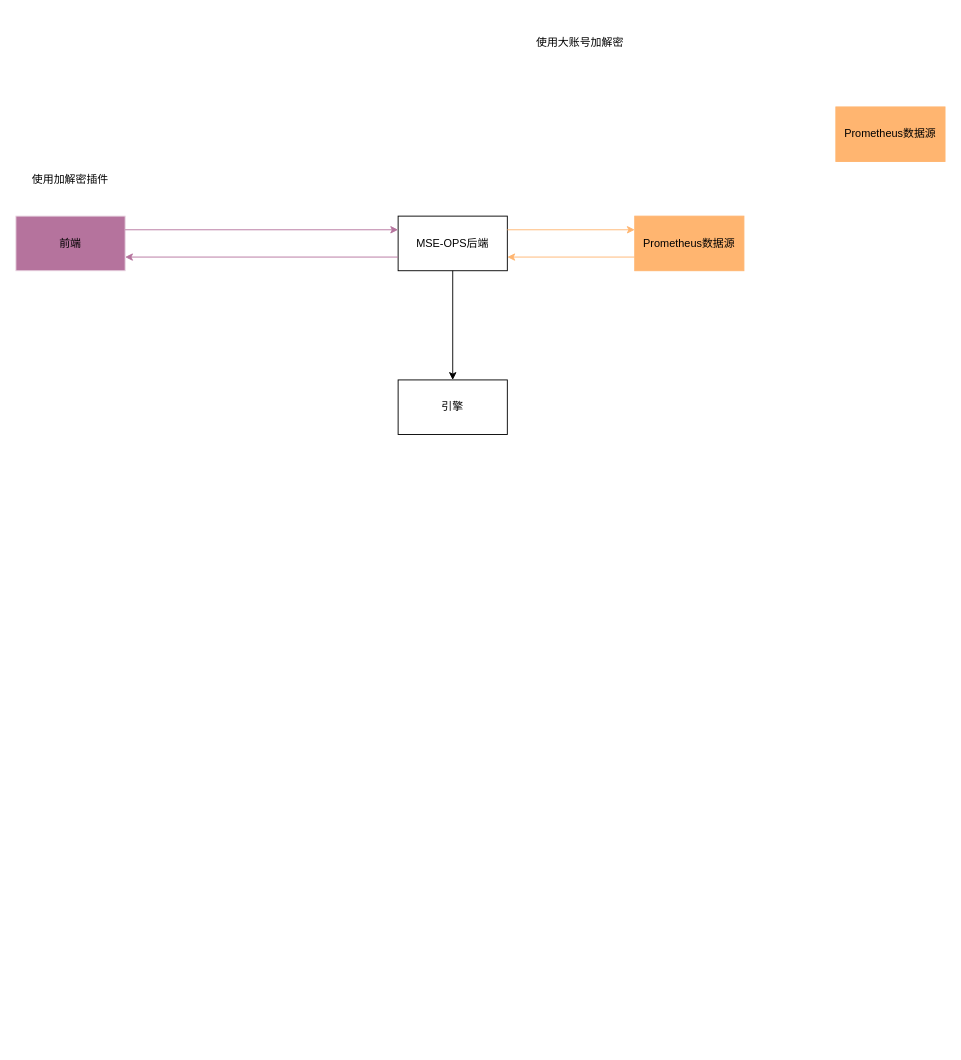
Earlier version of the draw.io diagram newToolTest/Untitled Diagram.drawio (realJackSun/OpenNAT). Source tidied: cells renumbered, new cells numbered last; positions are measured from the earlier drawing's top-left corner, leaving out a move shared by most shapes. Both pictures are drawn from the tidied source at 91%, with x=0, y=0 at pixel (15, 15).
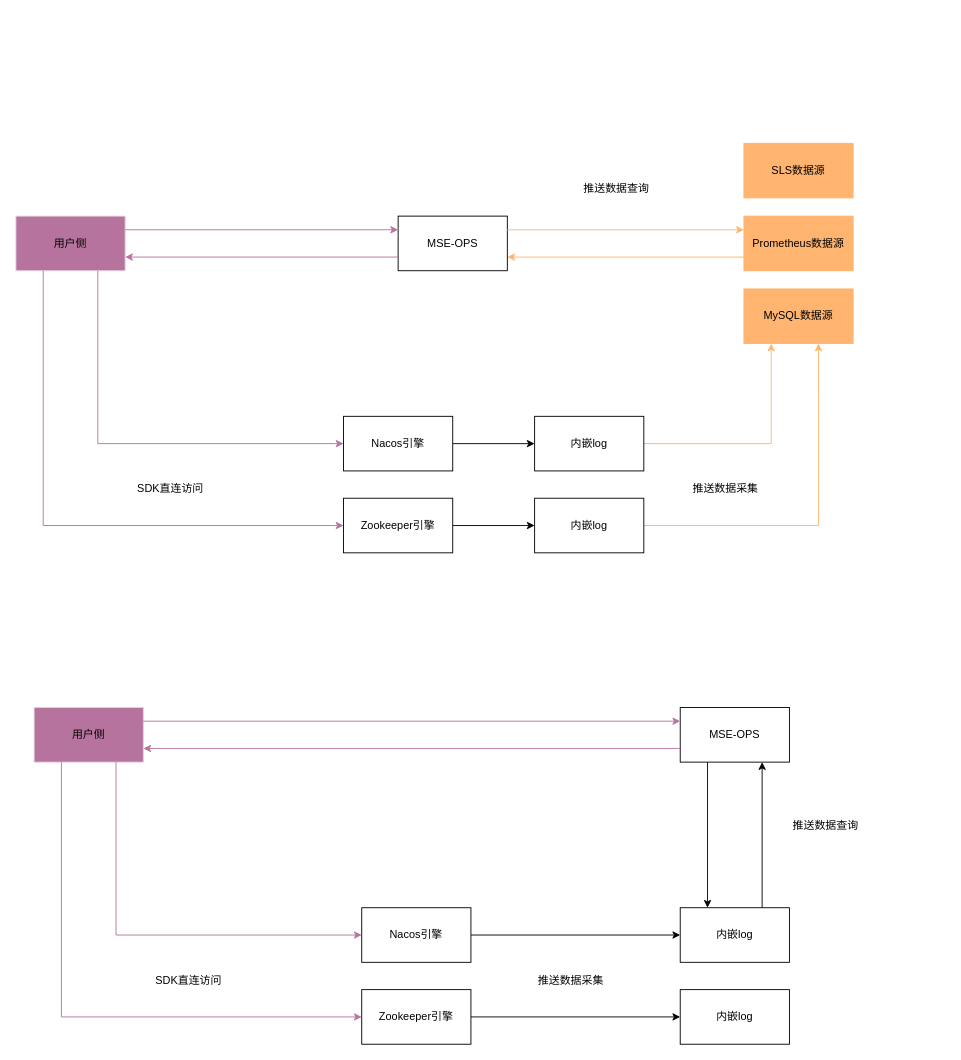
The same page after the edit.

Change to the diagram source:
```diff
@@
-    <mxCell id="2" value="前端" style="rounded=0;whiteSpace=wrap;html=1;fillColor=#B5739D;strokeColor=#E6D0DE;" parent="1" vertex="1">
+    <mxCell id="2" value="用户侧" style="rounded=0;whiteSpace=wrap;html=1;fillColor=#B5739D;strokeColor=#E6D0DE;" parent="1" vertex="1">
       <mxGeometry y="220" width="120" height="60" as="geometry" />
     </mxCell>
-    <mxCell id="3" value="MSE-OPS后端" style="rounded=0;whiteSpace=wrap;html=1;" parent="1" vertex="1">
+    <mxCell id="3" value="MSE-OPS" style="rounded=0;whiteSpace=wrap;html=1;" parent="1" vertex="1">
       <mxGeometry x="420" y="220" width="120" height="60" as="geometry" />
     </mxCell>
     <mxCell id="4" value="Prometheus数据源" style="rounded=0;whiteSpace=wrap;html=1;strokeColor=#FFB570;fillColor=#FFB570;" parent="1" vertex="1">
-      <mxGeometry x="680" y="220" width="120" height="60" as="geometry" />
+      <mxGeometry x="800" y="220" width="120" height="60" as="geometry" />
     </mxCell>
+    <mxCell id="14" style="edgeStyle=orthogonalEdgeStyle;rounded=0;jettySize=auto;html=1;exitX=1;exitY=0.5;exitDx=0;exitDy=0;entryX=0;entryY=0.5;entryDx=0;entryDy=0;" parent="1" edge="1" source="5" target="23">
+      <mxGeometry relative="1" as="geometry" />
+    </mxCell>
-    <mxCell id="5" value="引擎" style="rounded=0;whiteSpace=wrap;html=1;" parent="1" vertex="1">
-      <mxGeometry x="420" y="400" width="120" height="60" as="geometry" />
+    <mxCell id="5" value="Nacos引擎" style="rounded=0;whiteSpace=wrap;html=1;" parent="1" vertex="1">
+      <mxGeometry x="360" y="440" width="120" height="60" as="geometry" />
     </mxCell>
-    <mxCell id="6" style="endArrow=classic;html=1;rounded=0;exitX=0.5;exitY=1;exitDx=0;exitDy=0;entryX=0.5;entryY=0;entryDx=0;entryDy=0;" parent="1" edge="1" source="3" target="5">
-      <mxGeometry relative="1" as="geometry" />
-    </mxCell>
@@
-    <mxCell id="9" value="使用大账号加解密" style="rounded=0;whiteSpace=wrap;html=1;strokeColor=none;" parent="1" vertex="1">
-      <mxGeometry x="560" width="120" height="60" as="geometry" />
-    </mxCell>
-    <mxCell id="10" value="使用加解密插件" style="rounded=0;whiteSpace=wrap;html=1;strokeColor=none;" parent="1" vertex="1">
-      <mxGeometry y="150" width="120" height="60" as="geometry" />
+    <mxCell id="10" value="SDK直连访问" style="rounded=0;whiteSpace=wrap;html=1;strokeColor=none;" parent="1" vertex="1">
+      <mxGeometry x="110" y="490" width="120" height="60" as="geometry" />
     </mxCell>
@@
-    <mxCell id="13" value="Prometheus数据源" style="rounded=0;whiteSpace=wrap;html=1;strokeColor=#FFB570;fillColor=#FFB570;" parent="1" vertex="1">
-      <mxGeometry x="901" y="100" width="120" height="60" as="geometry" />
-    </mxCell>
+    <mxCell id="15" value="SLS数据源" style="rounded=0;whiteSpace=wrap;html=1;strokeColor=#FFB570;fillColor=#FFB570;" parent="1" vertex="1">
+      <mxGeometry x="800" y="140" width="120" height="60" as="geometry" />
+    </mxCell>
+    <mxCell id="16" value="MySQL数据源" style="rounded=0;whiteSpace=wrap;html=1;strokeColor=#FFB570;fillColor=#FFB570;" parent="1" vertex="1">
+      <mxGeometry x="800" y="300" width="120" height="60" as="geometry" />
+    </mxCell>
+    <mxCell id="17" style="edgeStyle=orthogonalEdgeStyle;rounded=0;jettySize=auto;html=1;exitX=1;exitY=0.5;exitDx=0;exitDy=0;entryX=0;entryY=0.5;entryDx=0;entryDy=0;" parent="1" edge="1" source="18" target="24">
+      <mxGeometry relative="1" as="geometry" />
+    </mxCell>
+    <mxCell id="18" value="Zookeeper引擎" style="rounded=0;whiteSpace=wrap;html=1;" parent="1" vertex="1">
+      <mxGeometry x="360" y="530" width="120" height="60" as="geometry" />
+    </mxCell>
+    <mxCell id="19" style="endArrow=classic;html=1;rounded=0;entryX=0;entryY=0.5;entryDx=0;entryDy=0;exitX=0.75;exitY=1;exitDx=0;exitDy=0;fillColor=#B5739D;strokeColor=#B5739D;" parent="1" edge="1" source="2" target="5">
+      <mxGeometry relative="1" as="geometry">
+        <Array as="points">
+          <mxPoint x="90" y="470" />
+        </Array>
+      </mxGeometry>
+    </mxCell>
+    <mxCell id="20" style="endArrow=classic;html=1;rounded=0;fillColor=#FFB570;strokeColor=#FFB570;entryX=0.25;entryY=1;entryDx=0;entryDy=0;exitX=1;exitY=0.5;exitDx=0;exitDy=0;" parent="1" edge="1" source="23" target="16">
+      <mxGeometry relative="1" as="geometry">
+        <Array as="points">
+          <mxPoint x="830" y="470" />
+        </Array>
+      </mxGeometry>
+    </mxCell>
+    <mxCell id="21" style="endArrow=classic;html=1;rounded=0;fillColor=#FFB570;strokeColor=#FFB570;entryX=0.683;entryY=1;entryDx=0;entryDy=0;entryPerimeter=0;exitX=1;exitY=0.5;exitDx=0;exitDy=0;" parent="1" edge="1" source="24" target="16">
+      <mxGeometry relative="1" as="geometry">
+        <Array as="points">
+          <mxPoint x="882" y="560" />
+        </Array>
+      </mxGeometry>
+    </mxCell>
+    <mxCell id="22" style="endArrow=classic;html=1;rounded=0;entryX=0;entryY=0.5;entryDx=0;entryDy=0;exitX=0.25;exitY=1;exitDx=0;exitDy=0;fillColor=#B5739D;strokeColor=#B5739D;" parent="1" edge="1" source="2" target="18">
+      <mxGeometry relative="1" as="geometry">
+        <Array as="points">
+          <mxPoint x="30" y="560" />
+        </Array>
+      </mxGeometry>
+    </mxCell>
+    <mxCell id="23" value="内嵌log" style="rounded=0;whiteSpace=wrap;html=1;" parent="1" vertex="1">
+      <mxGeometry x="570" y="440" width="120" height="60" as="geometry" />
+    </mxCell>
+    <mxCell id="24" value="内嵌log" style="rounded=0;whiteSpace=wrap;html=1;" parent="1" vertex="1">
+      <mxGeometry x="570" y="530" width="120" height="60" as="geometry" />
+    </mxCell>
+    <mxCell id="25" value="推送数据采集" style="rounded=0;whiteSpace=wrap;html=1;strokeColor=none;" parent="1" vertex="1">
+      <mxGeometry x="720" y="490" width="120" height="60" as="geometry" />
+    </mxCell>
+    <mxCell id="26" value="推送数据查询" style="rounded=0;whiteSpace=wrap;html=1;strokeColor=none;" parent="1" vertex="1">
+      <mxGeometry x="600" y="160" width="120" height="60" as="geometry" />
+    </mxCell>
+    <mxCell id="27" value="用户侧" style="rounded=0;whiteSpace=wrap;html=1;fillColor=#B5739D;strokeColor=#E6D0DE;" parent="1" vertex="1">
+      <mxGeometry x="20" y="760" width="120" height="60" as="geometry" />
+    </mxCell>
+    <mxCell id="28" style="edgeStyle=orthogonalEdgeStyle;rounded=0;jettySize=auto;html=1;exitX=0.25;exitY=1;exitDx=0;exitDy=0;entryX=0.25;entryY=0;entryDx=0;entryDy=0;" parent="1" edge="1" source="29" target="40">
+      <mxGeometry relative="1" as="geometry" />
+    </mxCell>
+    <mxCell id="29" value="MSE-OPS" style="rounded=0;whiteSpace=wrap;html=1;" parent="1" vertex="1">
+      <mxGeometry x="730" y="760" width="120" height="60" as="geometry" />
+    </mxCell>
+    <mxCell id="30" style="edgeStyle=orthogonalEdgeStyle;rounded=0;jettySize=auto;html=1;exitX=1;exitY=0.5;exitDx=0;exitDy=0;entryX=0;entryY=0.5;entryDx=0;entryDy=0;" parent="1" edge="1" source="31" target="40">
+      <mxGeometry relative="1" as="geometry" />
+    </mxCell>
+    <mxCell id="31" value="Nacos引擎" style="rounded=0;whiteSpace=wrap;html=1;" parent="1" vertex="1">
+      <mxGeometry x="380" y="980" width="120" height="60" as="geometry" />
+    </mxCell>
+    <mxCell id="32" value="SDK直连访问" style="rounded=0;whiteSpace=wrap;html=1;strokeColor=none;" parent="1" vertex="1">
+      <mxGeometry x="130" y="1030" width="120" height="60" as="geometry" />
+    </mxCell>
+    <mxCell id="33" style="endArrow=classic;html=1;rounded=0;entryX=1;entryY=0.75;entryDx=0;entryDy=0;exitX=0;exitY=0.75;exitDx=0;exitDy=0;fillColor=#B5739D;strokeColor=#B5739D;" parent="1" edge="1" source="29" target="27">
+      <mxGeometry relative="1" as="geometry" />
+    </mxCell>
+    <mxCell id="34" style="endArrow=classic;html=1;rounded=0;entryX=0;entryY=0.25;entryDx=0;entryDy=0;exitX=1;exitY=0.25;exitDx=0;exitDy=0;fillColor=#B5739D;strokeColor=#B5739D;" parent="1" edge="1" source="27" target="29">
+      <mxGeometry relative="1" as="geometry" />
+    </mxCell>
+    <mxCell id="35" style="edgeStyle=orthogonalEdgeStyle;rounded=0;jettySize=auto;html=1;exitX=1;exitY=0.5;exitDx=0;exitDy=0;entryX=0;entryY=0.5;entryDx=0;entryDy=0;" parent="1" edge="1" source="36" target="41">
+      <mxGeometry relative="1" as="geometry" />
+    </mxCell>
+    <mxCell id="36" value="Zookeeper引擎" style="rounded=0;whiteSpace=wrap;html=1;" parent="1" vertex="1">
+      <mxGeometry x="380" y="1070" width="120" height="60" as="geometry" />
+    </mxCell>
+    <mxCell id="37" style="endArrow=classic;html=1;rounded=0;entryX=0;entryY=0.5;entryDx=0;entryDy=0;exitX=0.75;exitY=1;exitDx=0;exitDy=0;fillColor=#B5739D;strokeColor=#B5739D;" parent="1" edge="1" source="27" target="31">
+      <mxGeometry relative="1" as="geometry">
+        <Array as="points">
+          <mxPoint x="110" y="1010" />
+        </Array>
+      </mxGeometry>
+    </mxCell>
+    <mxCell id="38" style="endArrow=classic;html=1;rounded=0;entryX=0;entryY=0.5;entryDx=0;entryDy=0;exitX=0.25;exitY=1;exitDx=0;exitDy=0;fillColor=#B5739D;strokeColor=#B5739D;" parent="1" edge="1" source="27" target="36">
+      <mxGeometry relative="1" as="geometry">
+        <Array as="points">
+          <mxPoint x="50" y="1100" />
+        </Array>
+      </mxGeometry>
+    </mxCell>
+    <mxCell id="39" style="edgeStyle=orthogonalEdgeStyle;rounded=0;jettySize=auto;html=1;exitX=0.75;exitY=0;exitDx=0;exitDy=0;entryX=0.75;entryY=1;entryDx=0;entryDy=0;" parent="1" edge="1" source="40" target="29">
+      <mxGeometry relative="1" as="geometry" />
+    </mxCell>
+    <mxCell id="40" value="内嵌log" style="rounded=0;whiteSpace=wrap;html=1;" parent="1" vertex="1">
+      <mxGeometry x="730" y="980" width="120" height="60" as="geometry" />
+    </mxCell>
+    <mxCell id="41" value="内嵌log" style="rounded=0;whiteSpace=wrap;html=1;" parent="1" vertex="1">
+      <mxGeometry x="730" y="1070" width="120" height="60" as="geometry" />
+    </mxCell>
+    <mxCell id="42" value="推送数据采集" style="rounded=0;whiteSpace=wrap;html=1;strokeColor=none;" parent="1" vertex="1">
+      <mxGeometry x="550" y="1030" width="120" height="60" as="geometry" />
+    </mxCell>
+    <mxCell id="43" value="推送数据查询" style="rounded=0;whiteSpace=wrap;html=1;strokeColor=none;" parent="1" vertex="1">
+      <mxGeometry x="830" y="860" width="120" height="60" as="geometry" />
+    </mxCell>
```
